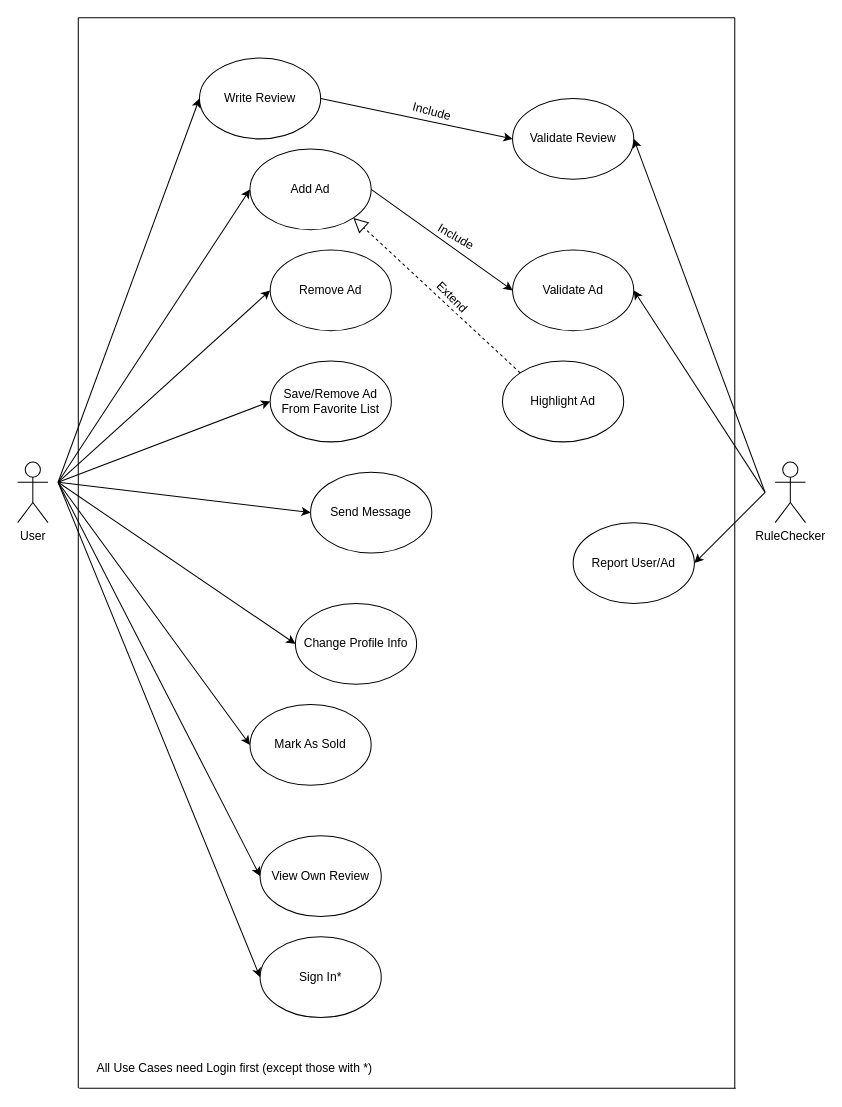
This is UCDiagram.drawio from AmineMatqoune/TorVerBook, a draw.io file, before an edit. Source tidied: cells renumbered, new cells numbered last; positions are measured from the earlier drawing's top-left corner, leaving out a move shared by most shapes. Both pictures are drawn from the tidied source at 101%, with x=0, y=0 at pixel (17, 17).
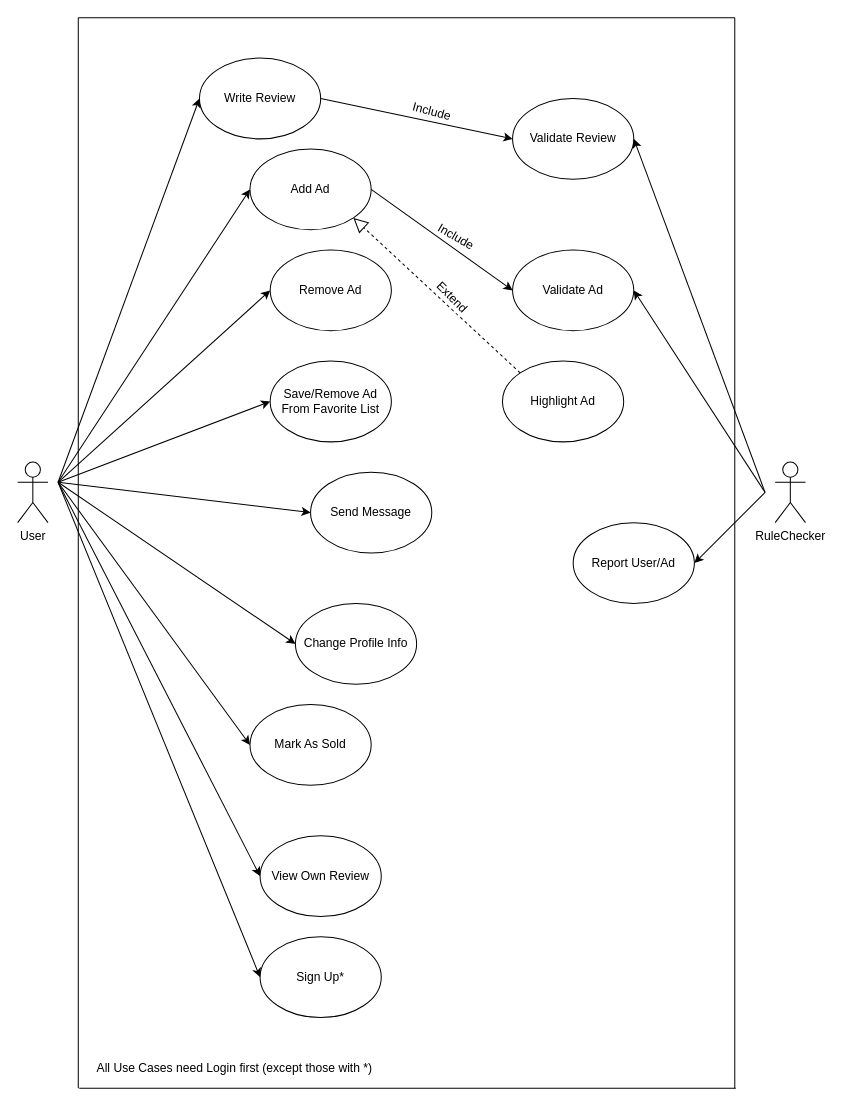
The same page after the edit.

What changed in the source:
```diff
@@
-    <mxCell id="38" value="Sign In*" style="ellipse;whiteSpace=wrap;html=1;" parent="1" vertex="1">
+    <mxCell id="38" value="Sign Up*" style="ellipse;whiteSpace=wrap;html=1;" parent="1" vertex="1">
       <mxGeometry x="240" y="910" width="120" height="80" as="geometry" />
     </mxCell>
```
